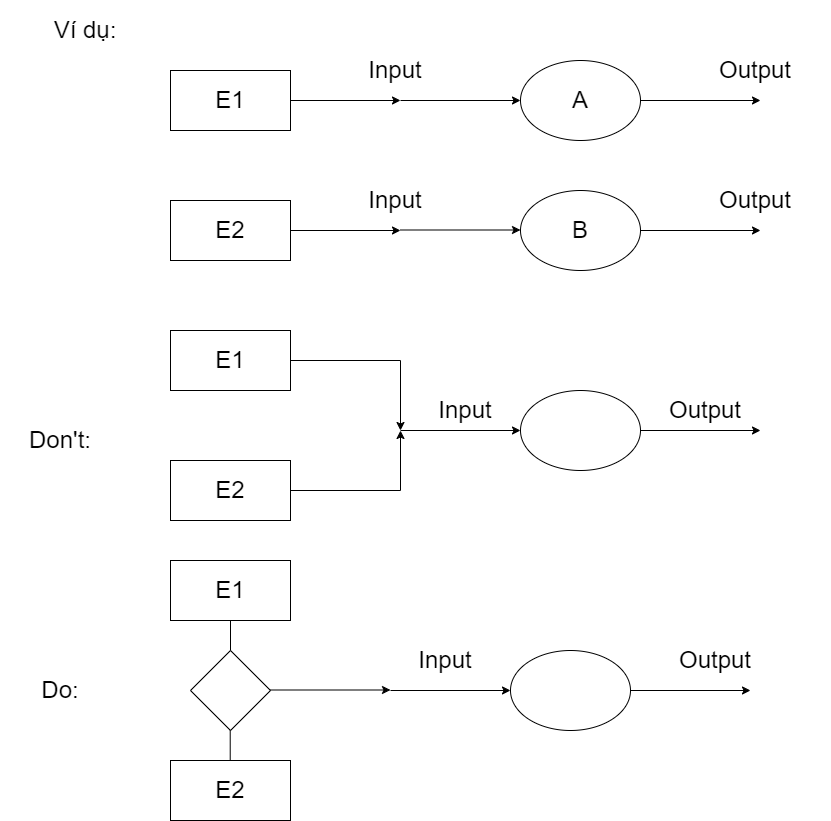
datnham0212/learning keeps this draw.io diagram as Ví Dụ 1 (Chương 2).png. Above is the earlier version. Source tidied: cells renumbered, new cells last; positions are measured from the earlier drawing's top-left corner, leaving out a move shared by most shapes.
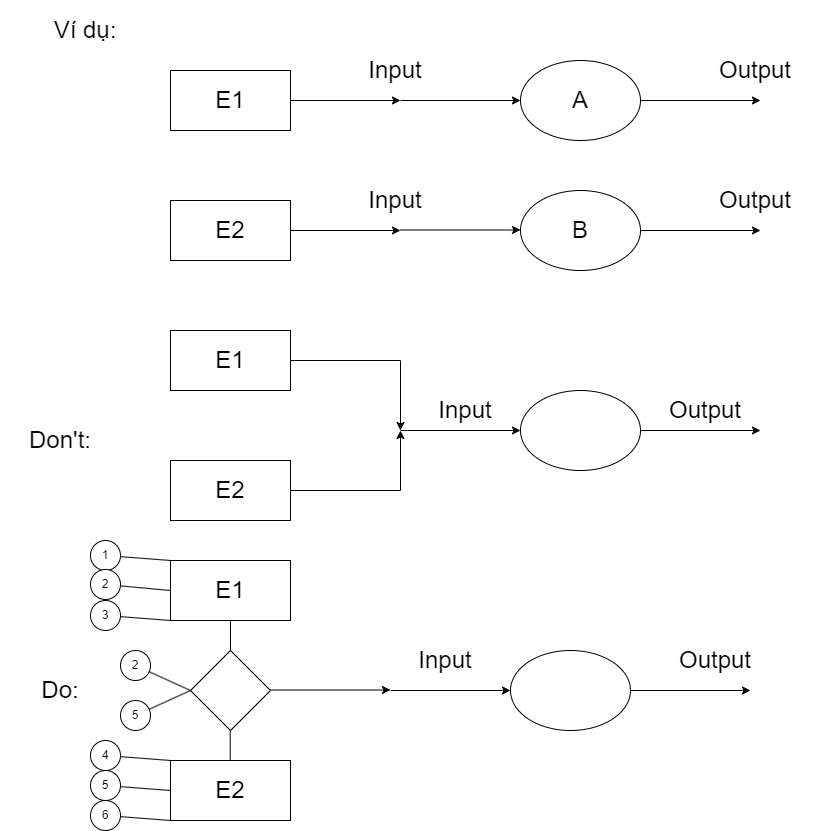
Later version of the same file.

Diff of the diagram source:
```diff
@@ -149,5 +149,65 @@
     <mxCell id="38" value="&lt;span style=&quot;font-size: 24px;&quot;&gt;Input&lt;/span&gt;" style="text;html=1;strokeColor=none;fillColor=none;align=center;verticalAlign=middle;whiteSpace=wrap;rounded=0;" parent="1" vertex="1">
       <mxGeometry x="370" y="630" width="150" height="60" as="geometry" />
     </mxCell>
+    <mxCell id="39" style="endArrow=none;html=1;rounded=0;exitX=0;exitY=0;exitDx=0;exitDy=0;" parent="1" edge="1" source="23" target="40">
+      <mxGeometry relative="1" as="geometry" />
+    </mxCell>
+    <mxCell id="40" value="1" style="ellipse;whiteSpace=wrap;html=1;" parent="1" vertex="1">
+      <mxGeometry x="90" y="540" width="30" height="30" as="geometry" />
+    </mxCell>
+    <mxCell id="41" style="endArrow=none;html=1;rounded=0;exitX=0;exitY=0;exitDx=0;exitDy=0;" parent="1" edge="1" target="42">
+      <mxGeometry relative="1" as="geometry">
+        <mxPoint x="170" y="590" as="sourcePoint" />
+      </mxGeometry>
+    </mxCell>
+    <mxCell id="42" value="2" style="ellipse;whiteSpace=wrap;html=1;" parent="1" vertex="1">
+      <mxGeometry x="90" y="569" width="30" height="30" as="geometry" />
+    </mxCell>
+    <mxCell id="43" style="endArrow=none;html=1;rounded=0;exitX=0;exitY=0;exitDx=0;exitDy=0;" parent="1" edge="1" target="44">
+      <mxGeometry relative="1" as="geometry">
+        <mxPoint x="170" y="620" as="sourcePoint" />
+      </mxGeometry>
+    </mxCell>
+    <mxCell id="44" value="3" style="ellipse;whiteSpace=wrap;html=1;" parent="1" vertex="1">
+      <mxGeometry x="90" y="600" width="30" height="30" as="geometry" />
+    </mxCell>
+    <mxCell id="45" style="endArrow=none;html=1;rounded=0;exitX=0;exitY=0;exitDx=0;exitDy=0;" parent="1" edge="1" target="46">
+      <mxGeometry relative="1" as="geometry">
+        <mxPoint x="170" y="760" as="sourcePoint" />
+      </mxGeometry>
+    </mxCell>
+    <mxCell id="46" value="4" style="ellipse;whiteSpace=wrap;html=1;" parent="1" vertex="1">
+      <mxGeometry x="90" y="740" width="30" height="30" as="geometry" />
+    </mxCell>
+    <mxCell id="47" style="endArrow=none;html=1;rounded=0;exitX=0;exitY=0;exitDx=0;exitDy=0;" parent="1" edge="1" target="48">
+      <mxGeometry relative="1" as="geometry">
+        <mxPoint x="170" y="790" as="sourcePoint" />
+      </mxGeometry>
+    </mxCell>
+    <mxCell id="48" value="5" style="ellipse;whiteSpace=wrap;html=1;" parent="1" vertex="1">
+      <mxGeometry x="90" y="770" width="30" height="30" as="geometry" />
+    </mxCell>
+    <mxCell id="49" style="endArrow=none;html=1;rounded=0;exitX=0;exitY=0;exitDx=0;exitDy=0;" parent="1" edge="1" target="50">
+      <mxGeometry relative="1" as="geometry">
+        <mxPoint x="170" y="820" as="sourcePoint" />
+      </mxGeometry>
+    </mxCell>
+    <mxCell id="50" value="6" style="ellipse;whiteSpace=wrap;html=1;" parent="1" vertex="1">
+      <mxGeometry x="90" y="800" width="30" height="30" as="geometry" />
+    </mxCell>
+    <mxCell id="51" style="endArrow=none;html=1;rounded=0;exitX=0;exitY=0;exitDx=0;exitDy=0;" parent="1" edge="1" target="52">
+      <mxGeometry relative="1" as="geometry">
+        <mxPoint x="190" y="690" as="sourcePoint" />
+      </mxGeometry>
+    </mxCell>
+    <mxCell id="52" value="5" style="ellipse;whiteSpace=wrap;html=1;" parent="1" vertex="1">
+      <mxGeometry x="120" y="700" width="30" height="30" as="geometry" />
+    </mxCell>
+    <mxCell id="53" style="endArrow=none;html=1;rounded=0;exitX=0;exitY=0.5;exitDx=0;exitDy=0;" parent="1" edge="1" source="24" target="54">
+      <mxGeometry relative="1" as="geometry" />
+    </mxCell>
+    <mxCell id="54" value="2" style="ellipse;whiteSpace=wrap;html=1;" parent="1" vertex="1">
+      <mxGeometry x="120" y="650" width="30" height="30" as="geometry" />
+    </mxCell>
   </root>
 </mxGraphModel>
```
